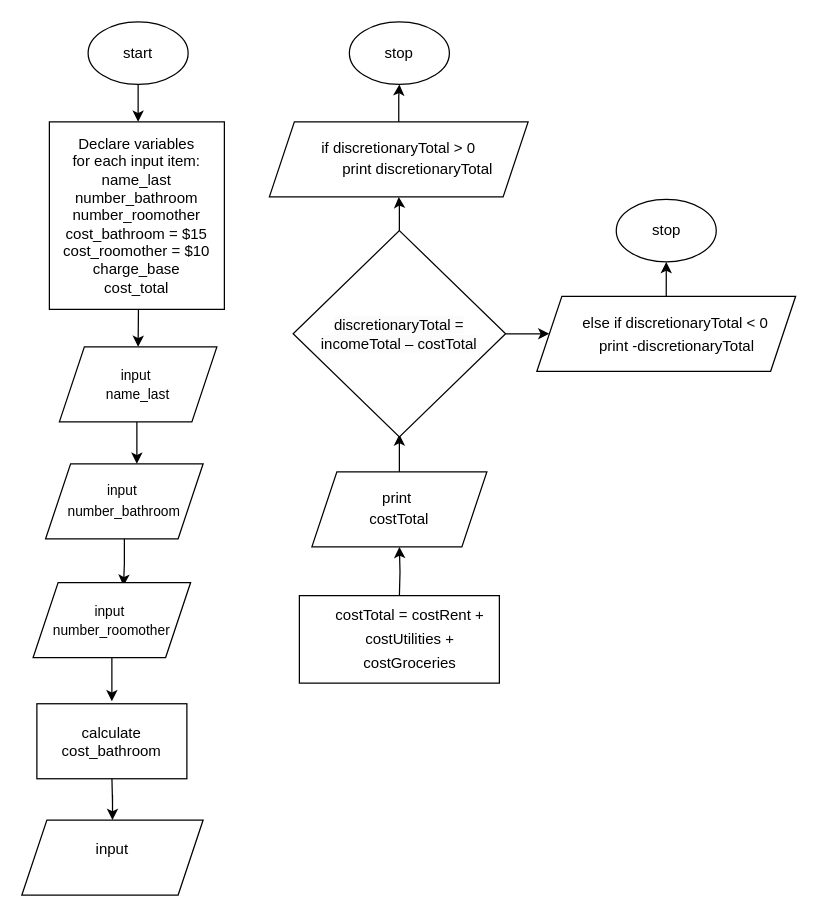
Before: page "M2 A2-1" (4 of 5) of SDEV120.drawio in alo77/SDEV120, a draw.io diagram. Source tidied: cells renumbered, new cells numbered last; positions are measured from the earlier drawing's top-left corner, leaving out a move shared by most shapes. Both pictures are drawn from the tidied source at 125%, with x=0, y=0 at pixel (21, 21).
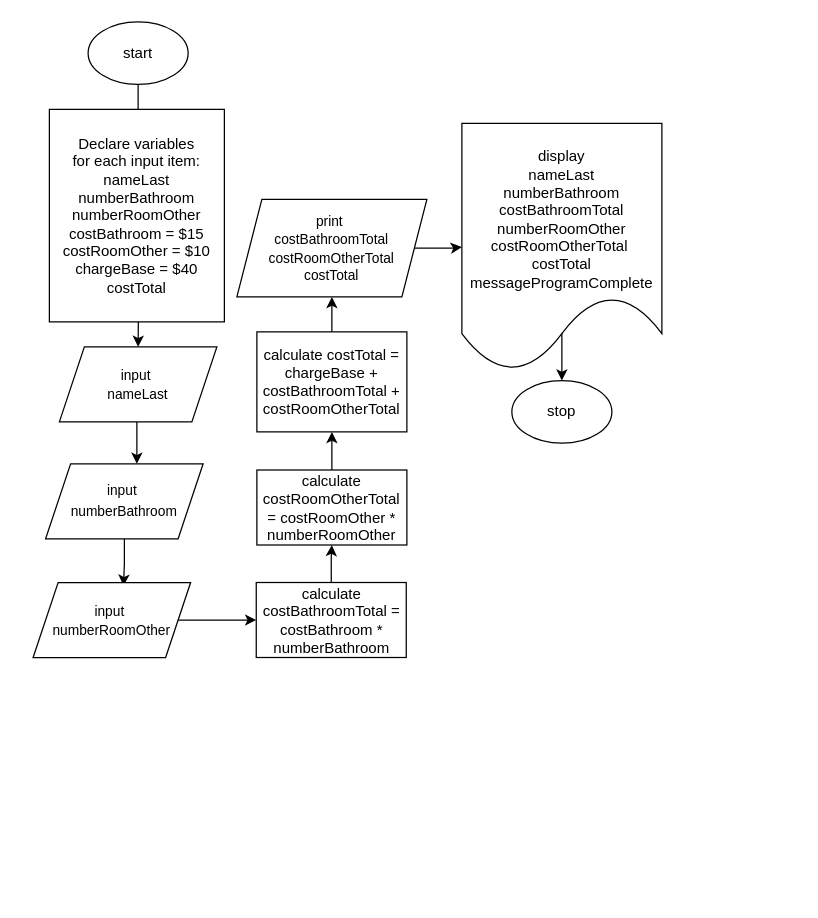
The same diagram, later.

Change to the diagram source:
```diff
@@
-    <mxCell id="3" style="edgeStyle=orthogonalEdgeStyle;rounded=0;orthogonalLoop=1;jettySize=auto;html=1;" parent="1" edge="1">
-      <mxGeometry relative="1" as="geometry">
-        <mxPoint x="302" y="360" as="sourcePoint" />
-        <mxPoint x="302" y="330" as="targetPoint" />
-        <Array as="points">
-          <mxPoint x="302" y="340" />
-          <mxPoint x="302" y="340" />
-        </Array>
-      </mxGeometry>
-    </mxCell>
@@
-    <mxCell id="7" value="&lt;font style=&quot;font-size: 11px;&quot;&gt;input&lt;/font&gt;&lt;font style=&quot;font-size: 11px;&quot;&gt;&lt;font style=&quot;font-size: 11px;&quot;&gt;&amp;nbsp;&lt;/font&gt;&lt;/font&gt;&lt;div style=&quot;text-align: start;&quot;&gt;&lt;font face=&quot;Aptos, sans-serif&quot;&gt;&lt;span style=&quot;font-size: 11px;&quot;&gt;name_last&lt;/span&gt;&lt;/font&gt;&lt;/div&gt;" style="shape=parallelogram;perimeter=parallelogramPerimeter;whiteSpace=wrap;html=1;fixedSize=1;" parent="1" vertex="1">
+    <mxCell id="7" value="&lt;font style=&quot;font-size: 11px;&quot;&gt;input&lt;/font&gt;&lt;font style=&quot;font-size: 11px;&quot;&gt;&lt;font style=&quot;font-size: 11px;&quot;&gt;&amp;nbsp;&lt;/font&gt;&lt;/font&gt;&lt;div style=&quot;text-align: start;&quot;&gt;&lt;font face=&quot;Aptos, sans-serif&quot;&gt;&lt;span style=&quot;font-size: 11px;&quot;&gt;nameLast&lt;/span&gt;&lt;/font&gt;&lt;/div&gt;" style="shape=parallelogram;perimeter=parallelogramPerimeter;whiteSpace=wrap;html=1;fixedSize=1;" parent="1" vertex="1">
       <mxGeometry x="30" y="260" width="126" height="60" as="geometry" />
     </mxCell>
@@
-    <mxCell id="9" value="&lt;font style=&quot;font-size: 11px;&quot;&gt;input&lt;/font&gt;&lt;font style=&quot;font-size: 11px;&quot;&gt;&lt;font style=&quot;font-size: 11px;&quot;&gt;&amp;nbsp;&lt;/font&gt;&lt;/font&gt;&lt;div&gt;&lt;font style=&quot;font-size: 11px;&quot;&gt;&lt;span style=&quot;text-align: start; line-height: 18.4px; font-family: Aptos, sans-serif;&quot;&gt;number_bathroom&lt;/span&gt;&lt;/font&gt;&lt;br&gt;&lt;/div&gt;" style="shape=parallelogram;perimeter=parallelogramPerimeter;whiteSpace=wrap;html=1;fixedSize=1;" parent="1" vertex="1">
+    <mxCell id="9" value="&lt;font style=&quot;font-size: 11px;&quot;&gt;input&lt;/font&gt;&lt;font style=&quot;font-size: 11px;&quot;&gt;&lt;font style=&quot;font-size: 11px;&quot;&gt;&amp;nbsp;&lt;/font&gt;&lt;/font&gt;&lt;div&gt;&lt;font style=&quot;font-size: 11px;&quot;&gt;&lt;span style=&quot;text-align: start; line-height: 18.4px; font-family: Aptos, sans-serif;&quot;&gt;numberBathroom&lt;/span&gt;&lt;/font&gt;&lt;br&gt;&lt;/div&gt;" style="shape=parallelogram;perimeter=parallelogramPerimeter;whiteSpace=wrap;html=1;fixedSize=1;" parent="1" vertex="1">
       <mxGeometry x="19" y="353.5" width="126" height="60" as="geometry" />
     </mxCell>
-    <mxCell id="10" style="edgeStyle=orthogonalEdgeStyle;rounded=0;jettySize=auto;html=1;" parent="1" edge="1" source="11">
-      <mxGeometry relative="1" as="geometry">
-        <mxPoint x="72" y="543.5" as="targetPoint" />
-      </mxGeometry>
-    </mxCell>
+    <mxCell id="28" style="edgeStyle=orthogonalEdgeStyle;rounded=0;jettySize=auto;html=1;" parent="1" edge="1" source="11" target="27">
+      <mxGeometry relative="1" as="geometry" />
+    </mxCell>
-    <mxCell id="11" value="&lt;font style=&quot;font-size: 11px;&quot;&gt;input&lt;/font&gt;&lt;font style=&quot;font-size: 11px;&quot;&gt;&lt;font style=&quot;font-size: 11px;&quot;&gt;&amp;nbsp;&lt;/font&gt;&lt;/font&gt;&lt;div style=&quot;text-align: start;&quot;&gt;&lt;font face=&quot;Aptos, sans-serif&quot;&gt;&lt;span style=&quot;font-size: 11px;&quot;&gt;number_roomother&lt;/span&gt;&lt;/font&gt;&lt;/div&gt;" style="shape=parallelogram;perimeter=parallelogramPerimeter;whiteSpace=wrap;html=1;fixedSize=1;" parent="1" vertex="1">
+    <mxCell id="11" value="&lt;font style=&quot;font-size: 11px;&quot;&gt;input&lt;/font&gt;&lt;font style=&quot;font-size: 11px;&quot;&gt;&lt;font style=&quot;font-size: 11px;&quot;&gt;&amp;nbsp;&lt;/font&gt;&lt;/font&gt;&lt;div style=&quot;text-align: start;&quot;&gt;&lt;font face=&quot;Aptos, sans-serif&quot;&gt;&lt;span style=&quot;font-size: 11px;&quot;&gt;numberRoomOther&lt;/span&gt;&lt;/font&gt;&lt;/div&gt;" style="shape=parallelogram;perimeter=parallelogramPerimeter;whiteSpace=wrap;html=1;fixedSize=1;" parent="1" vertex="1">
       <mxGeometry x="9" y="448.5" width="126" height="60" as="geometry" />
     </mxCell>
-    <mxCell id="12" style="edgeStyle=orthogonalEdgeStyle;rounded=0;jettySize=auto;html=1;" parent="1" edge="1" source="14" target="20">
-      <mxGeometry relative="1" as="geometry" />
-    </mxCell>
-    <mxCell id="13" style="edgeStyle=orthogonalEdgeStyle;rounded=0;jettySize=auto;html=1;" parent="1" edge="1" source="14" target="23">
-      <mxGeometry relative="1" as="geometry" />
-    </mxCell>
-    <mxCell id="14" value="&lt;span style=&quot;caret-color: rgb(0, 0, 0); color: rgb(0, 0, 0); font-family: Aptos, sans-serif; font-size: 12px; font-style: normal; font-variant-caps: normal; font-weight: 400; letter-spacing: normal; orphans: auto; text-align: center; text-indent: 0px; text-transform: none; white-space: normal; widows: auto; word-spacing: 0px; -webkit-text-stroke-width: 0px; background-color: rgb(251, 251, 251); text-decoration: none; display: inline !important; float: none;&quot;&gt;discretionaryTotal = incomeTotal – costTotal&lt;/span&gt;" style="rhombus;whiteSpace=wrap;html=1;" parent="1" vertex="1">
-      <mxGeometry x="217" y="167" width="170" height="165" as="geometry" />
-    </mxCell>
-    <mxCell id="15" style="edgeStyle=orthogonalEdgeStyle;rounded=0;jettySize=auto;html=1;" parent="1" edge="1" target="26">
-      <mxGeometry relative="1" as="geometry">
-        <mxPoint x="72" y="603.5" as="sourcePoint" />
-      </mxGeometry>
-    </mxCell>
-    <mxCell id="16" value="print&amp;nbsp;&lt;div&gt;&lt;span style=&quot;text-align: start; line-height: 18.4px; font-family: Aptos, sans-serif;&quot;&gt;&lt;font style=&quot;font-size: 12px;&quot;&gt;costTotal&lt;/font&gt;&lt;/span&gt;&lt;br&gt;&lt;/div&gt;" style="shape=parallelogram;perimeter=parallelogramPerimeter;whiteSpace=wrap;html=1;fixedSize=1;" parent="1" vertex="1">
-      <mxGeometry x="232" y="360" width="140" height="60" as="geometry" />
-    </mxCell>
-    <mxCell id="17" style="edgeStyle=orthogonalEdgeStyle;rounded=0;jettySize=auto;html=1;" parent="1" edge="1" target="16">
-      <mxGeometry relative="1" as="geometry">
-        <mxPoint x="302" y="460" as="sourcePoint" />
-      </mxGeometry>
-    </mxCell>
-    <mxCell id="18" value="&lt;p style=&quot;margin: 0in 0in 0in 13pt; line-height: 18.4px; font-family: Aptos, sans-serif;&quot; class=&quot;MsoNormal&quot;&gt;&lt;font style=&quot;font-size: 12px;&quot;&gt;costTotal = costRent + costUtilities + costGroceries&lt;/font&gt;&lt;font size=&quot;3&quot;&gt;&lt;/font&gt;&lt;/p&gt;" style="rounded=0;whiteSpace=wrap;html=1;" parent="1" vertex="1">
-      <mxGeometry x="222" y="459" width="160" height="70" as="geometry" />
-    </mxCell>
-    <mxCell id="19" style="edgeStyle=orthogonalEdgeStyle;rounded=0;jettySize=auto;html=1;" parent="1" edge="1" source="20" target="21">
-      <mxGeometry relative="1" as="geometry" />
-    </mxCell>
-    <mxCell id="20" value="&lt;span style=&quot;font-family: Aptos, sans-serif; text-align: start;&quot;&gt;if discretionaryTotal &amp;gt; 0&lt;/span&gt;&lt;br&gt;&lt;div style=&quot;&quot;&gt;&lt;p style=&quot;margin: 0in 0in 0in 13pt; line-height: 18.4px; font-family: Aptos, sans-serif; text-align: start;&quot; class=&quot;MsoNormal&quot;&gt;&amp;nbsp;&amp;nbsp;&amp;nbsp;&amp;nbsp;print discretionaryTotal&lt;/p&gt;&lt;/div&gt;" style="shape=parallelogram;perimeter=parallelogramPerimeter;whiteSpace=wrap;html=1;fixedSize=1;" parent="1" vertex="1">
-      <mxGeometry x="198" y="80" width="207" height="60" as="geometry" />
-    </mxCell>
     <mxCell id="21" value="stop" style="ellipse;whiteSpace=wrap;html=1;" parent="1" vertex="1">
-      <mxGeometry x="262" width="80" height="50" as="geometry" />
+      <mxGeometry x="392" y="287" width="80" height="50" as="geometry" />
     </mxCell>
-    <mxCell id="22" style="edgeStyle=orthogonalEdgeStyle;rounded=0;jettySize=auto;html=1;" parent="1" edge="1" source="23" target="24">
-      <mxGeometry relative="1" as="geometry" />
-    </mxCell>
-    <mxCell id="23" value="&lt;div style=&quot;&quot;&gt;&lt;p style=&quot;margin: 0in 0in 0in 13pt; line-height: 18.4px; font-family: Aptos, sans-serif; text-align: start;&quot; class=&quot;MsoNormal&quot;&gt;else if discretionaryTotal &amp;lt; 0&lt;/p&gt;&lt;p style=&quot;margin: 0in 0in 0in 13pt; line-height: 18.4px; font-family: Aptos, sans-serif; text-align: start;&quot; class=&quot;MsoNormal&quot;&gt;&lt;span style=&quot;line-height: 18.4px;&quot;&gt;&amp;nbsp;&amp;nbsp;&amp;nbsp;&amp;nbsp;print -discretionaryTotal&lt;/span&gt;&lt;span style=&quot;font-family: -webkit-standard;&quot;&gt;&lt;/span&gt;&amp;nbsp; &amp;nbsp;&amp;nbsp;&lt;/p&gt;&lt;/div&gt;" style="shape=parallelogram;perimeter=parallelogramPerimeter;whiteSpace=wrap;html=1;fixedSize=1;" parent="1" vertex="1">
-      <mxGeometry x="412" y="219.5" width="207" height="60" as="geometry" />
-    </mxCell>
-    <mxCell id="24" value="stop" style="ellipse;whiteSpace=wrap;html=1;" parent="1" vertex="1">
-      <mxGeometry x="475.5" y="142" width="80" height="50" as="geometry" />
-    </mxCell>
-    <mxCell id="25" value="Declare variables&lt;div&gt;for each input item:&lt;/div&gt;&lt;div&gt;name_last&lt;/div&gt;&lt;div&gt;number_bathroom&lt;/div&gt;&lt;div&gt;number_roomother&lt;/div&gt;&lt;div&gt;cost_bathroom = $15&lt;/div&gt;&lt;div&gt;cost_roomother = $10&lt;/div&gt;&lt;div&gt;charge_base&lt;/div&gt;&lt;div&gt;cost_total&lt;/div&gt;" style="rounded=0;whiteSpace=wrap;html=1;" parent="1" vertex="1">
-      <mxGeometry x="22" y="80" width="140" height="150" as="geometry" />
+    <mxCell id="25" value="Declare variables&lt;div&gt;for each input item:&lt;/div&gt;&lt;div&gt;nameLast&lt;/div&gt;&lt;div&gt;numberBathroom&lt;/div&gt;&lt;div&gt;numberRoomOther&lt;/div&gt;&lt;div&gt;costBathroom = $15&lt;/div&gt;&lt;div&gt;costRoomOther = $10&lt;/div&gt;&lt;div&gt;chargeBase = $40&lt;/div&gt;&lt;div&gt;costTotal&lt;/div&gt;" style="rounded=0;whiteSpace=wrap;html=1;" parent="1" vertex="1">
+      <mxGeometry x="22" y="70" width="140" height="170" as="geometry" />
     </mxCell>
-    <mxCell id="26" value="input&lt;div&gt;&lt;br&gt;&lt;/div&gt;" style="shape=parallelogram;perimeter=parallelogramPerimeter;whiteSpace=wrap;html=1;fixedSize=1;" parent="1" vertex="1">
-      <mxGeometry y="638.5" width="145" height="60" as="geometry" />
-    </mxCell>
+    <mxCell id="29" style="edgeStyle=orthogonalEdgeStyle;rounded=0;jettySize=auto;html=1;" parent="1" edge="1" source="27" target="31">
+      <mxGeometry relative="1" as="geometry" />
+    </mxCell>
-    <mxCell id="27" value="calculate&lt;div&gt;cost_bathroom&lt;/div&gt;" style="rounded=0;whiteSpace=wrap;html=1;" parent="1" vertex="1">
-      <mxGeometry x="12" y="545.5" width="120" height="60" as="geometry" />
+    <mxCell id="27" value="calculate costBathroomTotal =&lt;div&gt;costBathroom * numberBathroom&lt;/div&gt;" style="rounded=0;whiteSpace=wrap;html=1;" parent="1" vertex="1">
+      <mxGeometry x="187.5" y="448.5" width="120" height="60" as="geometry" />
     </mxCell>
+    <mxCell id="30" style="edgeStyle=orthogonalEdgeStyle;rounded=0;jettySize=auto;html=1;" parent="1" edge="1" source="31" target="34">
+      <mxGeometry relative="1" as="geometry" />
+    </mxCell>
+    <mxCell id="31" value="calculate costRoomOtherTotal = costRoomOther * numberRoomOther" style="rounded=0;whiteSpace=wrap;html=1;" parent="1" vertex="1">
+      <mxGeometry x="188" y="358.5" width="120" height="60" as="geometry" />
+    </mxCell>
+    <mxCell id="32" value="&lt;div&gt;&lt;br&gt;&lt;/div&gt;&lt;div&gt;display&lt;/div&gt;&lt;div&gt;nameLast&lt;/div&gt;&lt;div&gt;numberBathroom&lt;/div&gt;&lt;div&gt;costBathroomTotal&lt;br&gt;&lt;/div&gt;&lt;div&gt;numberRoomOther&lt;/div&gt;&lt;div&gt;costRoomOtherTotal&amp;nbsp;&lt;br&gt;&lt;/div&gt;&lt;div&gt;costTotal&lt;/div&gt;&lt;div&gt;messageProgramComplete&lt;/div&gt;" style="shape=document;whiteSpace=wrap;html=1;boundedLbl=1;" parent="1" vertex="1">
+      <mxGeometry x="352" y="81.1" width="160" height="198" as="geometry" />
+    </mxCell>
+    <mxCell id="33" style="edgeStyle=orthogonalEdgeStyle;rounded=0;jettySize=auto;html=1;" parent="1" edge="1" source="34" target="36">
+      <mxGeometry relative="1" as="geometry" />
+    </mxCell>
+    <mxCell id="34" value="calculate costTotal =&lt;div&gt;chargeBase + costBathroomTotal + costRoomOtherTotal&lt;/div&gt;" style="rounded=0;whiteSpace=wrap;html=1;" parent="1" vertex="1">
+      <mxGeometry x="188" y="248" width="120" height="80" as="geometry" />
+    </mxCell>
+    <mxCell id="35" style="edgeStyle=orthogonalEdgeStyle;rounded=0;jettySize=auto;html=1;" parent="1" edge="1" source="36" target="32">
+      <mxGeometry relative="1" as="geometry" />
+    </mxCell>
+    <mxCell id="36" value="&lt;span style=&quot;font-size: 11px;&quot;&gt;print&amp;nbsp;&lt;/span&gt;&lt;div&gt;&lt;span style=&quot;font-size: 11px;&quot;&gt;costBathroomTotal&lt;/span&gt;&lt;/div&gt;&lt;div&gt;&lt;span style=&quot;font-size: 11px;&quot;&gt;costRoomOtherTotal&lt;/span&gt;&lt;/div&gt;&lt;div&gt;&lt;span style=&quot;font-size: 11px;&quot;&gt;costTotal&lt;/span&gt;&lt;/div&gt;" style="shape=parallelogram;perimeter=parallelogramPerimeter;whiteSpace=wrap;html=1;fixedSize=1;" parent="1" vertex="1">
+      <mxGeometry x="172" y="142" width="152" height="78" as="geometry" />
+    </mxCell>
+    <mxCell id="37" style="endArrow=classic;html=1;rounded=0;exitX=0.5;exitY=0.834;exitDx=0;exitDy=0;exitPerimeter=0;" parent="1" edge="1" target="21">
+      <mxGeometry relative="1" as="geometry">
+        <mxPoint x="432" y="249.1" as="sourcePoint" />
+      </mxGeometry>
+    </mxCell>
```
